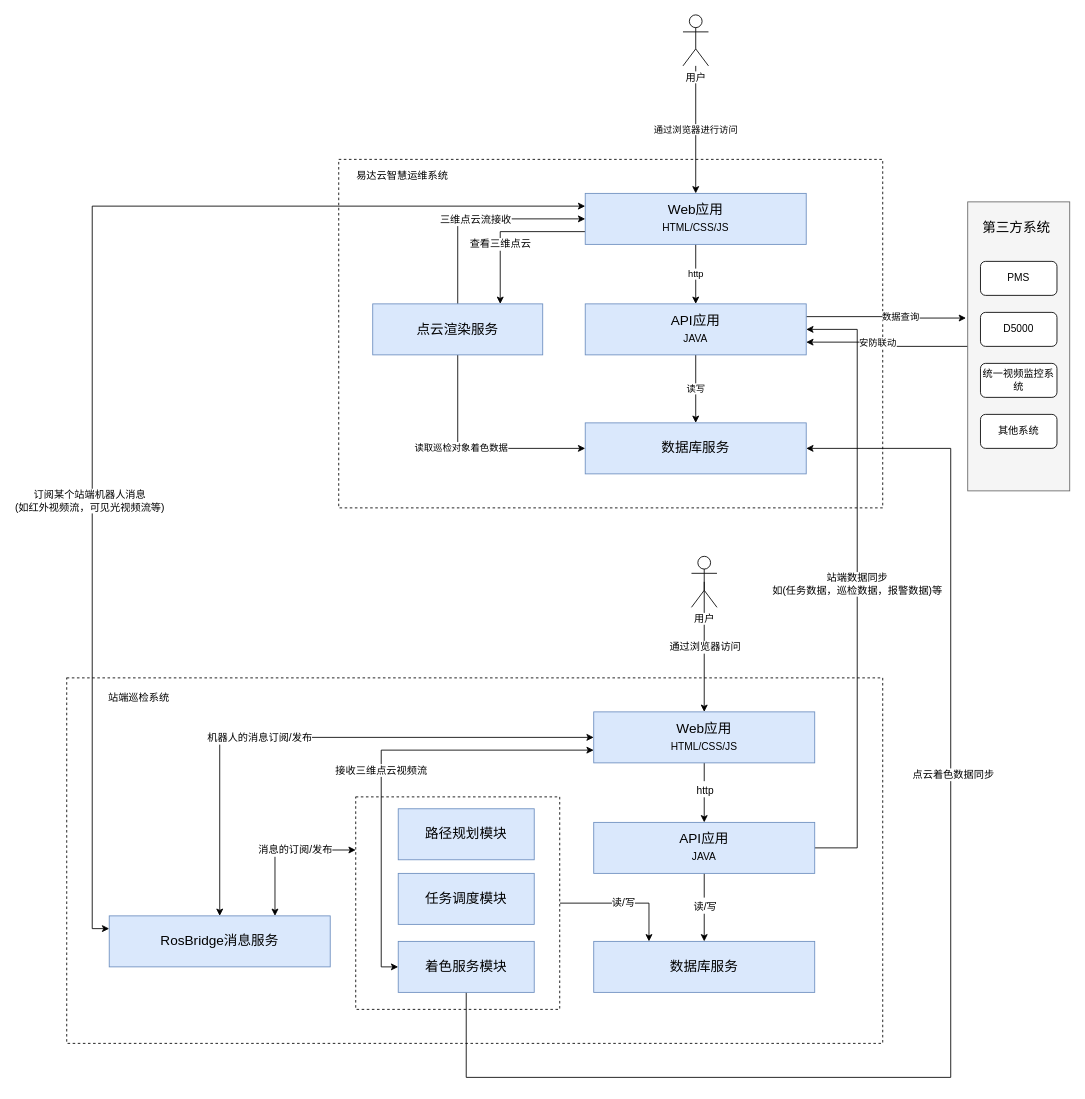
Earlier version of the draw.io diagram 易达云智慧运维系统分解图.drawio (wangyufei0807/draw). Source tidied: cells renumbered, new cells numbered last; positions are measured from the earlier drawing's top-left corner, leaving out a move shared by most shapes. Both pictures are drawn from the tidied source at 85%, with x=0, y=0 at pixel (66, 14).
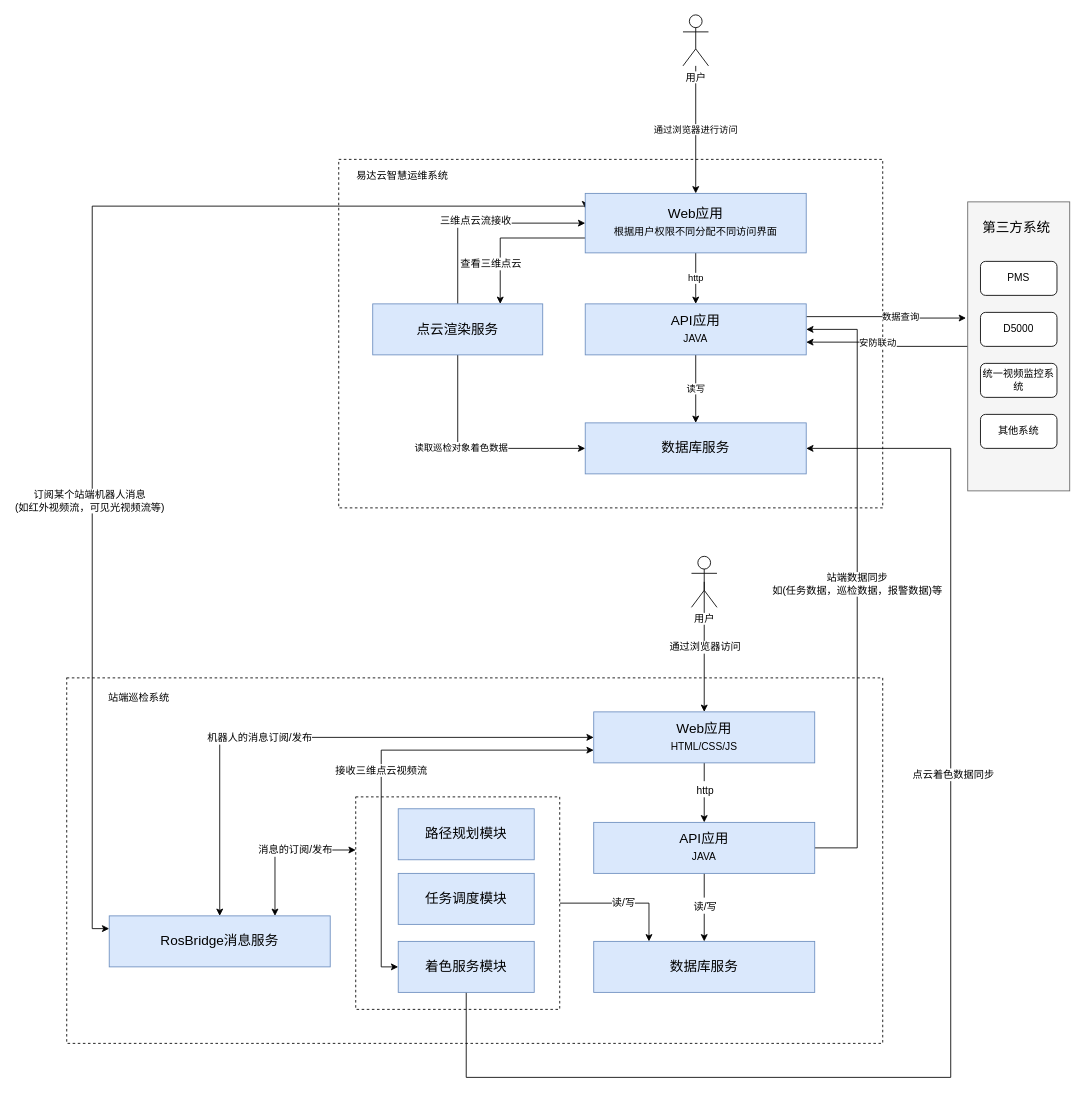
Above is the later version.

Commit message (it also covers changes not shown here):
更新易达云智慧运维系统分解图.drawio

Diff of the diagram source:
```diff
@@
-    <mxCell id="14" value="&lt;p style=&quot;line-height: 170%&quot;&gt;&lt;font style=&quot;font-size: 16px&quot;&gt;Web应用&lt;/font&gt;&lt;br&gt;HTML/CSS/JS&lt;/p&gt;" style="rounded=0;whiteSpace=wrap;html=1;shadow=0;fillColor=#dae8fc;strokeColor=#6c8ebf;" parent="1" vertex="1">
-      <mxGeometry x="610" y="210" width="260" height="60" as="geometry" />
+    <mxCell id="14" value="&lt;p style=&quot;line-height: 170%&quot;&gt;&lt;font style=&quot;font-size: 16px&quot;&gt;Web应用&lt;/font&gt;&lt;br&gt;根据用户权限不同分配不同访问界面&lt;br&gt;&lt;/p&gt;" style="rounded=0;whiteSpace=wrap;html=1;shadow=0;fillColor=#dae8fc;strokeColor=#6c8ebf;" parent="1" vertex="1">
+      <mxGeometry x="610" y="210" width="260" height="70" as="geometry" />
     </mxCell>
```
